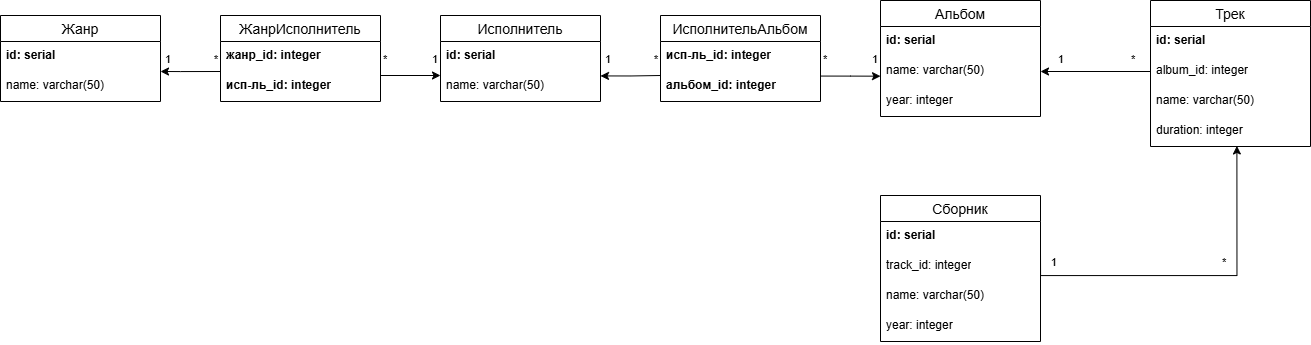
The draw.io diagram Module_6/2/1/BD2.drawio.png in Ckoll123/Netologiya, before a commit. Source tidied: cells renumbered, new cells last; positions are measured from the earlier drawing's top-left corner, leaving out a move shared by most shapes. Source of this version:
```xml
<mxGraphModel>
  <root>
    <mxCell id="0" />
    <mxCell id="1" parent="0" />
    <mxCell id="2" value="Жанр" style="swimlane;fontStyle=0;horizontal=1;startSize=26;align=center;fontSize=14;" parent="1" vertex="1">
      <mxGeometry y="15" width="160" height="86" as="geometry" />
    </mxCell>
    <mxCell id="3" value="&lt;b&gt;id: serial&lt;/b&gt;" style="text;strokeColor=none;fillColor=none;spacingLeft=4;spacingRight=4;overflow=hidden;fontSize=12;whiteSpace=wrap;html=1;" parent="2" vertex="1">
      <mxGeometry y="26" width="160" height="30" as="geometry" />
    </mxCell>
    <mxCell id="4" value="name: varchar(50)" style="text;strokeColor=none;fillColor=none;spacingLeft=4;spacingRight=4;overflow=hidden;fontSize=12;whiteSpace=wrap;html=1;" parent="2" vertex="1">
      <mxGeometry y="56" width="160" height="30" as="geometry" />
    </mxCell>
    <mxCell id="5" value="Исполнитель" style="swimlane;fontStyle=0;horizontal=1;startSize=26;align=center;fontSize=14;" parent="1" vertex="1">
      <mxGeometry x="440" y="15" width="160" height="86" as="geometry" />
    </mxCell>
    <mxCell id="6" value="&lt;b&gt;id: serial&lt;/b&gt;" style="text;strokeColor=none;fillColor=none;spacingLeft=4;spacingRight=4;overflow=hidden;fontSize=12;whiteSpace=wrap;html=1;" parent="5" vertex="1">
      <mxGeometry y="26" width="160" height="30" as="geometry" />
    </mxCell>
    <mxCell id="7" value="name: varchar(50)" style="text;strokeColor=none;fillColor=none;spacingLeft=4;spacingRight=4;overflow=hidden;fontSize=12;whiteSpace=wrap;html=1;" parent="5" vertex="1">
      <mxGeometry y="56" width="160" height="30" as="geometry" />
    </mxCell>
    <mxCell id="8" value="ЖанрИсполнитель" style="swimlane;fontStyle=0;horizontal=1;startSize=26;align=center;fontSize=14;" parent="1" vertex="1">
      <mxGeometry x="220" y="15" width="160" height="86" as="geometry" />
    </mxCell>
    <mxCell id="9" value="&lt;b&gt;жанр_id: integer&lt;/b&gt;" style="text;strokeColor=none;fillColor=none;spacingLeft=4;spacingRight=4;overflow=hidden;fontSize=12;whiteSpace=wrap;html=1;" parent="8" vertex="1">
      <mxGeometry y="26" width="160" height="30" as="geometry" />
    </mxCell>
    <mxCell id="10" value="&lt;b&gt;исп-ль_id: integer&lt;/b&gt;" style="text;strokeColor=none;fillColor=none;spacingLeft=4;spacingRight=4;overflow=hidden;points=[[0,0.5],[1,0.5]];portConstraint=eastwest;fontSize=12;whiteSpace=wrap;html=1;" parent="8" vertex="1">
      <mxGeometry y="56" width="160" height="30" as="geometry" />
    </mxCell>
    <mxCell id="11" style="edgeStyle=orthogonalEdgeStyle;rounded=0;jettySize=auto;html=1;exitX=0;exitY=0;exitDx=0;exitDy=0;exitPerimeter=0;" parent="1" edge="1" source="10">
      <mxGeometry relative="1" as="geometry">
        <mxPoint x="160" y="71" as="targetPoint" />
        <Array as="points">
          <mxPoint x="180" y="71" />
          <mxPoint x="180" y="71" />
        </Array>
      </mxGeometry>
    </mxCell>
    <mxCell id="12" value="1&lt;span style=&quot;white-space: pre;&quot;&gt;&#9;&lt;/span&gt;&lt;span style=&quot;white-space: pre;&quot;&gt;&#9;&lt;/span&gt;*" style="edgeLabel;html=1;align=center;verticalAlign=middle;" parent="11" vertex="1">
      <mxGeometry x="-0.73" y="1" relative="1" as="geometry">
        <mxPoint x="-22" y="-14" as="offset" />
      </mxGeometry>
    </mxCell>
    <mxCell id="13" style="edgeStyle=orthogonalEdgeStyle;rounded=0;orthogonalLoop=1;jettySize=auto;html=1;entryX=0;entryY=0.5;entryDx=0;entryDy=0;" parent="1" edge="1">
      <mxGeometry relative="1" as="geometry">
        <mxPoint x="380" y="75" as="sourcePoint" />
        <mxPoint x="440" y="75" as="targetPoint" />
      </mxGeometry>
    </mxCell>
    <mxCell id="14" value="*&lt;span style=&quot;white-space: pre;&quot;&gt;&#9;&lt;/span&gt;&lt;span style=&quot;white-space: pre;&quot;&gt;&#9;&lt;/span&gt;1" style="edgeLabel;html=1;align=center;verticalAlign=middle;" parent="13" vertex="1">
      <mxGeometry x="0.08" relative="1" as="geometry">
        <mxPoint x="-3" y="-17" as="offset" />
      </mxGeometry>
    </mxCell>
    <mxCell id="15" value="Альбом" style="swimlane;fontStyle=0;horizontal=1;startSize=26;align=center;fontSize=14;" parent="1" vertex="1">
      <mxGeometry x="880" width="160" height="116" as="geometry" />
    </mxCell>
    <mxCell id="16" value="&lt;b&gt;id: serial&lt;/b&gt;" style="text;strokeColor=none;fillColor=none;spacingLeft=4;spacingRight=4;overflow=hidden;fontSize=12;whiteSpace=wrap;html=1;" parent="15" vertex="1">
      <mxGeometry y="26" width="160" height="30" as="geometry" />
    </mxCell>
    <mxCell id="17" value="name: varchar(50)" style="text;strokeColor=none;fillColor=none;spacingLeft=4;spacingRight=4;overflow=hidden;points=[[0,0.5],[1,0.5]];portConstraint=eastwest;fontSize=12;whiteSpace=wrap;html=1;" parent="15" vertex="1">
      <mxGeometry y="56" width="160" height="30" as="geometry" />
    </mxCell>
    <mxCell id="18" style="edgeStyle=orthogonalEdgeStyle;rounded=0;jettySize=auto;html=1;entryX=-0.017;entryY=0.089;entryDx=0;entryDy=0;entryPerimeter=0;exitX=0.997;exitY=0.152;exitDx=0;exitDy=0;exitPerimeter=0;" parent="15" edge="1" source="25">
      <mxGeometry relative="1" as="geometry">
        <mxPoint y="75.7" as="targetPoint" />
      </mxGeometry>
    </mxCell>
    <mxCell id="19" value="*&lt;span style=&quot;white-space: pre;&quot;&gt;&#9;&lt;/span&gt;&lt;span style=&quot;white-space: pre;&quot;&gt;&#9;&lt;/span&gt;1" style="edgeLabel;html=1;align=center;verticalAlign=middle;" parent="18" vertex="1">
      <mxGeometry x="0.24" y="-1" relative="1" as="geometry">
        <mxPoint x="-7" y="-19" as="offset" />
      </mxGeometry>
    </mxCell>
    <mxCell id="20" value="year: integer" style="text;strokeColor=none;fillColor=none;spacingLeft=4;spacingRight=4;overflow=hidden;fontSize=12;whiteSpace=wrap;html=1;" parent="15" vertex="1">
      <mxGeometry y="86" width="160" height="30" as="geometry" />
    </mxCell>
    <mxCell id="21" style="edgeStyle=orthogonalEdgeStyle;rounded=0;orthogonalLoop=1;jettySize=auto;html=1;entryX=1;entryY=0.581;entryDx=0;entryDy=0;entryPerimeter=0;" parent="1" edge="1">
      <mxGeometry relative="1" as="geometry">
        <mxPoint x="660" y="75" as="sourcePoint" />
        <mxPoint x="600" y="75.4" as="targetPoint" />
      </mxGeometry>
    </mxCell>
    <mxCell id="22" value="1&lt;span style=&quot;white-space: pre;&quot;&gt;&#9;&lt;/span&gt;&lt;span style=&quot;white-space: pre;&quot;&gt;&#9;&lt;/span&gt;*" style="edgeLabel;html=1;align=center;verticalAlign=middle;" parent="21" vertex="1">
      <mxGeometry x="-0.27" relative="1" as="geometry">
        <mxPoint x="-8" y="-17" as="offset" />
      </mxGeometry>
    </mxCell>
    <mxCell id="23" value="ИсполнительАльбом" style="swimlane;fontStyle=0;horizontal=1;startSize=26;align=center;fontSize=14;" parent="1" vertex="1">
      <mxGeometry x="660" y="15" width="160" height="86" as="geometry" />
    </mxCell>
    <mxCell id="24" value="&lt;b&gt;исп-ль_id: integer&lt;/b&gt;" style="text;strokeColor=none;fillColor=none;spacingLeft=4;spacingRight=4;overflow=hidden;fontSize=12;whiteSpace=wrap;html=1;" parent="23" vertex="1">
      <mxGeometry y="26" width="160" height="30" as="geometry" />
    </mxCell>
    <mxCell id="25" value="&lt;b&gt;альбом_id: integer&lt;/b&gt;" style="text;strokeColor=none;fillColor=none;spacingLeft=4;spacingRight=4;overflow=hidden;points=[[0,0.5],[1,0.5]];portConstraint=eastwest;fontSize=12;whiteSpace=wrap;html=1;" parent="23" vertex="1">
      <mxGeometry y="56" width="160" height="30" as="geometry" />
    </mxCell>
    <mxCell id="26" value="Трек" style="swimlane;fontStyle=0;horizontal=1;startSize=26;align=center;fontSize=14;" parent="1" vertex="1">
      <mxGeometry x="1150" width="160" height="146" as="geometry" />
    </mxCell>
    <mxCell id="27" value="&lt;b&gt;id: serial&lt;/b&gt;" style="text;strokeColor=none;fillColor=none;spacingLeft=4;spacingRight=4;overflow=hidden;fontSize=12;whiteSpace=wrap;html=1;" parent="26" vertex="1">
      <mxGeometry y="26" width="160" height="30" as="geometry" />
    </mxCell>
    <mxCell id="28" value="album_id: integer" style="text;strokeColor=none;fillColor=none;spacingLeft=4;spacingRight=4;overflow=hidden;points=[[0,0.5],[1,0.5]];portConstraint=eastwest;fontSize=12;whiteSpace=wrap;html=1;" parent="26" vertex="1">
      <mxGeometry y="56" width="160" height="30" as="geometry" />
    </mxCell>
    <mxCell id="29" value="name: varchar(50)" style="text;strokeColor=none;fillColor=none;spacingLeft=4;spacingRight=4;overflow=hidden;fontSize=12;whiteSpace=wrap;html=1;" parent="26" vertex="1">
      <mxGeometry y="86" width="160" height="30" as="geometry" />
    </mxCell>
    <mxCell id="30" value="duration: integer&amp;nbsp;" style="text;strokeColor=none;fillColor=none;spacingLeft=4;spacingRight=4;overflow=hidden;points=[[0,0.5],[1,0.5]];portConstraint=eastwest;fontSize=12;whiteSpace=wrap;html=1;" parent="26" vertex="1">
      <mxGeometry y="116" width="160" height="30" as="geometry" />
    </mxCell>
    <mxCell id="31" value="Сборник" style="swimlane;fontStyle=0;horizontal=1;startSize=26;align=center;fontSize=14;" parent="1" vertex="1">
      <mxGeometry x="880" y="195" width="160" height="146" as="geometry" />
    </mxCell>
    <mxCell id="32" value="&lt;b&gt;id: serial&lt;/b&gt;" style="text;strokeColor=none;fillColor=none;spacingLeft=4;spacingRight=4;overflow=hidden;fontSize=12;whiteSpace=wrap;html=1;" parent="31" vertex="1">
      <mxGeometry y="26" width="160" height="30" as="geometry" />
    </mxCell>
    <mxCell id="33" value="track_id: integer" style="text;strokeColor=none;fillColor=none;spacingLeft=4;spacingRight=4;overflow=hidden;fontSize=12;whiteSpace=wrap;html=1;" parent="31" vertex="1">
      <mxGeometry y="56" width="160" height="30" as="geometry" />
    </mxCell>
    <mxCell id="34" value="name: varchar(50)" style="text;strokeColor=none;fillColor=none;spacingLeft=4;spacingRight=4;overflow=hidden;points=[[0,0.5],[1,0.5]];portConstraint=eastwest;fontSize=12;whiteSpace=wrap;html=1;" parent="31" vertex="1">
      <mxGeometry y="86" width="160" height="30" as="geometry" />
    </mxCell>
    <mxCell id="35" value="year: integer" style="text;strokeColor=none;fillColor=none;spacingLeft=4;spacingRight=4;overflow=hidden;fontSize=12;whiteSpace=wrap;html=1;" parent="31" vertex="1">
      <mxGeometry y="116" width="160" height="30" as="geometry" />
    </mxCell>
    <mxCell id="36" style="edgeStyle=orthogonalEdgeStyle;rounded=0;jettySize=auto;html=1;exitX=0;exitY=0.5;exitDx=0;exitDy=0;entryX=1;entryY=0.5;entryDx=0;entryDy=0;" parent="1" edge="1" source="28" target="17">
      <mxGeometry relative="1" as="geometry" />
    </mxCell>
    <mxCell id="37" value="1&lt;span style=&quot;white-space: pre;&quot;&gt;&#9;&lt;/span&gt;&lt;span style=&quot;white-space: pre;&quot;&gt;&#9;&lt;/span&gt;&lt;span style=&quot;white-space: pre;&quot;&gt;&#9;&lt;/span&gt;*" style="edgeLabel;html=1;align=center;verticalAlign=middle;" parent="36" vertex="1">
      <mxGeometry x="0.09" y="1" relative="1" as="geometry">
        <mxPoint x="5" y="-14" as="offset" />
      </mxGeometry>
    </mxCell>
    <mxCell id="38" style="edgeStyle=orthogonalEdgeStyle;rounded=0;orthogonalLoop=1;jettySize=auto;html=1;entryX=0.54;entryY=0.982;entryDx=0;entryDy=0;entryPerimeter=0;" parent="1" edge="1">
      <mxGeometry relative="1" as="geometry">
        <mxPoint x="1040" y="253" as="sourcePoint" />
        <mxPoint x="1236.4" y="145.5" as="targetPoint" />
        <Array as="points">
          <mxPoint x="1040" y="275" />
          <mxPoint x="1236" y="275" />
        </Array>
      </mxGeometry>
    </mxCell>
    <mxCell id="39" value="1&lt;span style=&quot;white-space: pre;&quot;&gt;&#9;&lt;/span&gt;&lt;span style=&quot;white-space: pre;&quot;&gt;&#9;&lt;/span&gt;&lt;span style=&quot;white-space: pre;&quot;&gt;&#9;&lt;/span&gt;&lt;span style=&quot;white-space: pre;&quot;&gt;&#9;&lt;/span&gt;&lt;span style=&quot;white-space: pre;&quot;&gt;&#9;&lt;/span&gt;&lt;span style=&quot;white-space: pre;&quot;&gt;&#9;&lt;/span&gt;&lt;span style=&quot;white-space: pre;&quot;&gt;&#9;&lt;/span&gt;*" style="edgeLabel;html=1;align=center;verticalAlign=middle;" parent="38" vertex="1">
      <mxGeometry x="-0.48" y="2" relative="1" as="geometry">
        <mxPoint x="30" y="-12" as="offset" />
      </mxGeometry>
    </mxCell>
  </root>
</mxGraphModel>
```
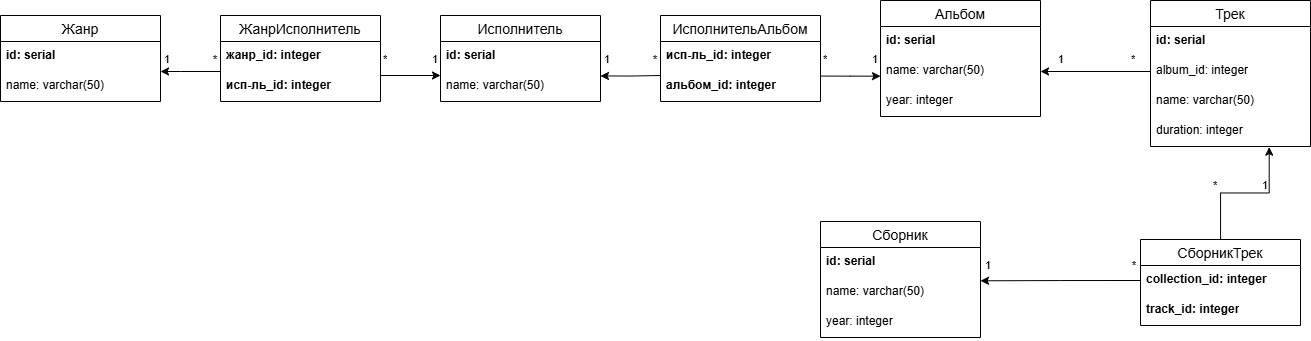
The same file after the commit.

The edit, as a diff of the source:
```diff
@@ -112,19 +112,16 @@
       <mxGeometry y="116" width="160" height="30" as="geometry" />
     </mxCell>
     <mxCell id="31" value="Сборник" style="swimlane;fontStyle=0;horizontal=1;startSize=26;align=center;fontSize=14;" parent="1" vertex="1">
-      <mxGeometry x="880" y="195" width="160" height="146" as="geometry" />
+      <mxGeometry x="820" y="221" width="160" height="116" as="geometry" />
     </mxCell>
     <mxCell id="32" value="&lt;b&gt;id: serial&lt;/b&gt;" style="text;strokeColor=none;fillColor=none;spacingLeft=4;spacingRight=4;overflow=hidden;fontSize=12;whiteSpace=wrap;html=1;" parent="31" vertex="1">
       <mxGeometry y="26" width="160" height="30" as="geometry" />
     </mxCell>
-    <mxCell id="33" value="track_id: integer" style="text;strokeColor=none;fillColor=none;spacingLeft=4;spacingRight=4;overflow=hidden;fontSize=12;whiteSpace=wrap;html=1;" parent="31" vertex="1">
-      <mxGeometry y="56" width="160" height="30" as="geometry" />
-    </mxCell>
     <mxCell id="34" value="name: varchar(50)" style="text;strokeColor=none;fillColor=none;spacingLeft=4;spacingRight=4;overflow=hidden;points=[[0,0.5],[1,0.5]];portConstraint=eastwest;fontSize=12;whiteSpace=wrap;html=1;" parent="31" vertex="1">
-      <mxGeometry y="86" width="160" height="30" as="geometry" />
+      <mxGeometry y="56" width="160" height="30" as="geometry" />
     </mxCell>
     <mxCell id="35" value="year: integer" style="text;strokeColor=none;fillColor=none;spacingLeft=4;spacingRight=4;overflow=hidden;fontSize=12;whiteSpace=wrap;html=1;" parent="31" vertex="1">
-      <mxGeometry y="116" width="160" height="30" as="geometry" />
+      <mxGeometry y="86" width="160" height="30" as="geometry" />
     </mxCell>
     <mxCell id="36" style="edgeStyle=orthogonalEdgeStyle;rounded=0;jettySize=auto;html=1;exitX=0;exitY=0.5;exitDx=0;exitDy=0;entryX=1;entryY=0.5;entryDx=0;entryDy=0;" parent="1" edge="1" source="28" target="17">
       <mxGeometry relative="1" as="geometry" />
@@ -134,20 +131,30 @@
         <mxPoint x="5" y="-14" as="offset" />
       </mxGeometry>
     </mxCell>
-    <mxCell id="38" style="edgeStyle=orthogonalEdgeStyle;rounded=0;orthogonalLoop=1;jettySize=auto;html=1;entryX=0.54;entryY=0.982;entryDx=0;entryDy=0;entryPerimeter=0;" parent="1" edge="1">
-      <mxGeometry relative="1" as="geometry">
-        <mxPoint x="1040" y="253" as="sourcePoint" />
-        <mxPoint x="1236.4" y="145.5" as="targetPoint" />
-        <Array as="points">
-          <mxPoint x="1040" y="275" />
-          <mxPoint x="1236" y="275" />
-        </Array>
-      </mxGeometry>
-    </mxCell>
+    <mxCell id="40" value="СборникТрек" style="swimlane;fontStyle=0;horizontal=1;startSize=26;align=center;fontSize=14;" parent="1" vertex="1">
+      <mxGeometry x="1140" y="239" width="160" height="86" as="geometry" />
+    </mxCell>
+    <mxCell id="41" value="&lt;b&gt;collection_id: integer&lt;/b&gt;" style="text;strokeColor=none;fillColor=none;spacingLeft=4;spacingRight=4;overflow=hidden;points=[[0,0.5],[1,0.5]];portConstraint=eastwest;fontSize=12;whiteSpace=wrap;html=1;" parent="40" vertex="1">
+      <mxGeometry y="26" width="160" height="30" as="geometry" />
+    </mxCell>
+    <mxCell id="33" value="&lt;b&gt;track_id: integer&lt;/b&gt;" style="text;strokeColor=none;fillColor=none;spacingLeft=4;spacingRight=4;overflow=hidden;fontSize=12;whiteSpace=wrap;html=1;" parent="40" vertex="1">
+      <mxGeometry y="56" width="160" height="30" as="geometry" />
+    </mxCell>
+    <mxCell id="42" style="edgeStyle=orthogonalEdgeStyle;rounded=0;jettySize=auto;html=1;exitX=0;exitY=0.5;exitDx=0;exitDy=0;entryX=1;entryY=0.11;entryDx=0;entryDy=0;entryPerimeter=0;" parent="1" edge="1" source="41" target="34">
+      <mxGeometry relative="1" as="geometry" />
+    </mxCell>
-    <mxCell id="39" value="1&lt;span style=&quot;white-space: pre;&quot;&gt;&#9;&lt;/span&gt;&lt;span style=&quot;white-space: pre;&quot;&gt;&#9;&lt;/span&gt;&lt;span style=&quot;white-space: pre;&quot;&gt;&#9;&lt;/span&gt;&lt;span style=&quot;white-space: pre;&quot;&gt;&#9;&lt;/span&gt;&lt;span style=&quot;white-space: pre;&quot;&gt;&#9;&lt;/span&gt;&lt;span style=&quot;white-space: pre;&quot;&gt;&#9;&lt;/span&gt;&lt;span style=&quot;white-space: pre;&quot;&gt;&#9;&lt;/span&gt;*" style="edgeLabel;html=1;align=center;verticalAlign=middle;" parent="38" vertex="1">
-      <mxGeometry x="-0.48" y="2" relative="1" as="geometry">
-        <mxPoint x="30" y="-12" as="offset" />
+    <mxCell id="39" value="1&lt;span style=&quot;white-space: pre;&quot;&gt;&#9;&lt;/span&gt;&lt;span style=&quot;white-space: pre;&quot;&gt;&#9;&lt;/span&gt;&lt;span style=&quot;white-space: pre;&quot;&gt;&#9;&lt;/span&gt;&lt;span style=&quot;white-space: pre;&quot;&gt;&#9;&lt;/span&gt;&lt;span style=&quot;white-space: pre;&quot;&gt;&#9;&lt;/span&gt;&lt;span style=&quot;white-space: pre;&quot;&gt;&#9;&lt;/span&gt;*" style="edgeLabel;html=1;align=center;verticalAlign=middle;" parent="42" vertex="1">
+      <mxGeometry y="-2" relative="1" as="geometry">
+        <mxPoint x="-1" y="-14" as="offset" />
       </mxGeometry>
     </mxCell>
+    <mxCell id="43" style="edgeStyle=orthogonalEdgeStyle;rounded=0;jettySize=auto;html=1;entryX=0.742;entryY=1.022;entryDx=0;entryDy=0;entryPerimeter=0;" parent="1" edge="1" source="40" target="30">
+      <mxGeometry relative="1" as="geometry" />
+    </mxCell>
+    <mxCell id="44" value="*&lt;span style=&quot;white-space: pre;&quot;&gt;&#9;&lt;span style=&quot;white-space: pre;&quot;&gt;&#9;&lt;/span&gt;&lt;/span&gt;1" style="edgeLabel;html=1;align=center;verticalAlign=middle;" parent="43" vertex="1">
+      <mxGeometry x="0.16" y="-2" relative="1" as="geometry">
+        <mxPoint x="-15" y="-10" as="offset" />
+      </mxGeometry>
+    </mxCell>
   </root>
 </mxGraphModel>
```
